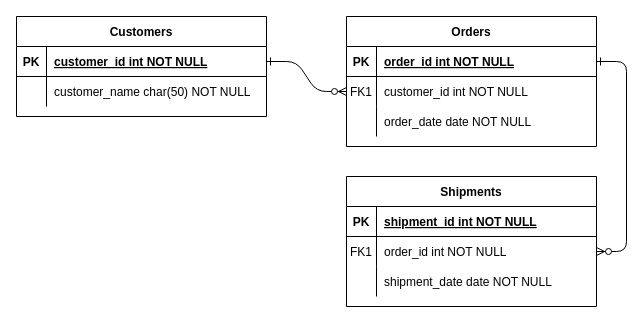
RVerdesi/ModelExc_1 keeps this draw.io diagram as Logical Model – 3NF.drawio. Above is the earlier version. Source tidied: cells renumbered, new cells numbered last; positions are measured from the earlier drawing's top-left corner, leaving out a move shared by most shapes. Both pictures are drawn from the tidied source at 100%, with x=0, y=0 at pixel (16, 16).
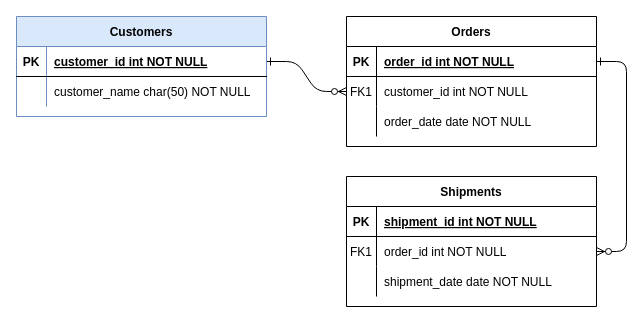
Above is the later version.

What changed in the source:
```diff
@@
-    <mxCell id="24" value="Customers" style="shape=table;startSize=30;childLayout=tableLayout;rowLines=0;fontStyle=1;align=center;" parent="1" vertex="1">
+    <mxCell id="24" value="Customers" style="shape=table;startSize=30;childLayout=tableLayout;rowLines=0;fontStyle=1;align=center;fillColor=#dae8fc;strokeColor=#6c8ebf;" parent="1" vertex="1">
       <mxGeometry width="250" height="100" as="geometry" />
     </mxCell>
```
